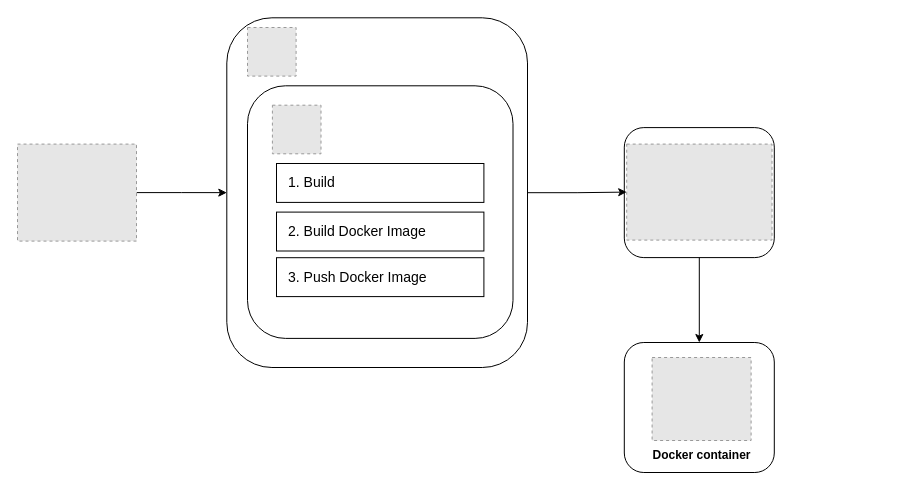
The draw.io diagram CI/CD Workflow.drawio in NurFakhiraMohdSaufi/Chat-App, before the edit. Source tidied: cells renumbered, new cells numbered last; positions are measured from the earlier drawing's top-left corner, leaving out a move shared by most shapes. Both pictures are drawn from the tidied source at 100%, with x=0, y=0 at pixel (17, 17). Pictures stored in the file or linked from it are replaced by grey dashed boxes.
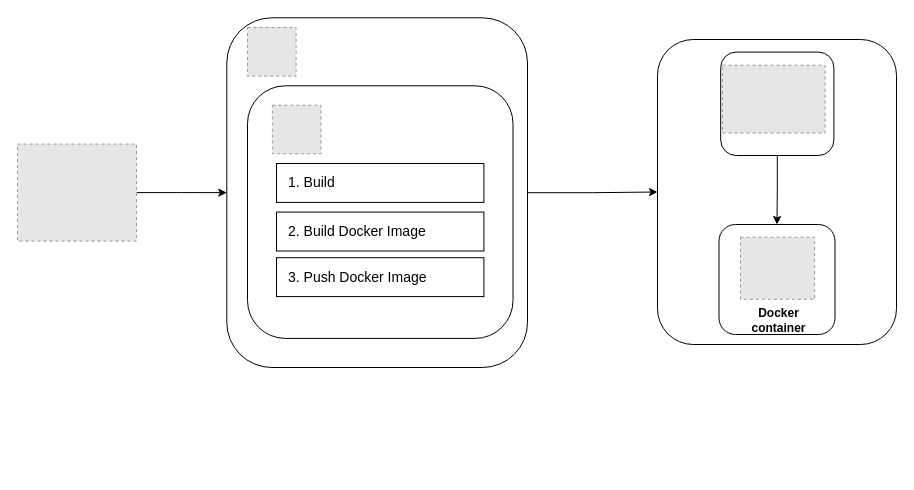
The same page after the edit.

Unchanged cells that the change refers to:
```xml
<mxCell id="11" style="rounded=1;whiteSpace=wrap;html=1;" parent="10" vertex="1">
  <mxGeometry width="300.7" height="349.7" as="geometry" />
</mxCell>
```

Change to the diagram source:
```diff
@@
-    <mxCell id="4" style="group;" parent="1" vertex="1">
-      <mxGeometry x="606.8" y="110.1" width="150" height="130" as="geometry" />
-    </mxCell>
-    <mxCell id="5" style="group;" parent="4" vertex="1">
-      <mxGeometry width="150" height="130" as="geometry" />
-    </mxCell>
-    <mxCell id="6" style="rounded=1;whiteSpace=wrap;html=1;" parent="5" vertex="1">
-      <mxGeometry width="150" height="130" as="geometry" />
-    </mxCell>
-    <mxCell id="7" style="fillColor=#E6E6E6;strokeColor=#999999;dashed=1;verticalLabelPosition=bottom;labelBackgroundColor=default;verticalAlign=top;" parent="5" vertex="1">
-      <mxGeometry x="2.4" y="16.5" width="145.3" height="96" as="geometry" />
-    </mxCell>
@@
+    <mxCell id="25" style="group;" parent="1" vertex="1">
+      <mxGeometry x="640" y="22" width="239" height="305" as="geometry" />
+    </mxCell>
+    <mxCell id="26" style="rounded=1;whiteSpace=wrap;html=1;" parent="25" vertex="1">
+      <mxGeometry width="239" height="305" as="geometry" />
+    </mxCell>
+    <mxCell id="4" style="group;" parent="25" vertex="1">
+      <mxGeometry x="63.2" y="11.6" width="113.2" height="103.4" as="geometry" />
+    </mxCell>
+    <mxCell id="5" style="group;" parent="4" vertex="1">
+      <mxGeometry y="1" width="113.2" height="103.4" as="geometry" />
+    </mxCell>
+    <mxCell id="6" style="rounded=1;whiteSpace=wrap;html=1;" parent="5" vertex="1">
+      <mxGeometry width="113.2" height="103.4" as="geometry" />
+    </mxCell>
+    <mxCell id="7" style="fillColor=#E6E6E6;strokeColor=#999999;dashed=1;verticalLabelPosition=bottom;labelBackgroundColor=default;verticalAlign=top;" parent="5" vertex="1">
+      <mxGeometry x="1.8" y="13.1" width="102.6" height="67.8" as="geometry" />
+    </mxCell>
-    <mxCell id="18" style="group;" parent="1" vertex="1">
-      <mxGeometry x="606.8" y="325" width="150" height="130" as="geometry" />
+    <mxCell id="18" style="group;" parent="25" vertex="1">
+      <mxGeometry x="61.5" y="185" width="116" height="110" as="geometry" />
     </mxCell>
     <mxCell id="19" style="rounded=1;whiteSpace=wrap;html=1;" parent="18" vertex="1">
-      <mxGeometry width="150" height="130" as="geometry" />
+      <mxGeometry width="116" height="110" as="geometry" />
     </mxCell>
     <mxCell id="20" style="group;" parent="18" vertex="1">
-      <mxGeometry x="20" y="15" width="114.5" height="113" as="geometry" />
+      <mxGeometry x="15.5" y="12.7" width="88.5" height="95.6" as="geometry" />
     </mxCell>
     <mxCell id="21" style="fillColor=#E6E6E6;strokeColor=#999999;dashed=1;verticalLabelPosition=bottom;labelBackgroundColor=#ffffff;verticalAlign=top;" parent="20" vertex="1">
-      <mxGeometry x="7.8" width="99" height="83" as="geometry" />
+      <mxGeometry x="6" width="74.1" height="62.1" as="geometry" />
     </mxCell>
     <mxCell id="22" value="&lt;b&gt;Docker container&lt;/b&gt;" style="text;html=1;align=center;verticalAlign=middle;whiteSpace=wrap;rounded=0;" parent="20" vertex="1">
-      <mxGeometry y="83" width="114.5" height="30" as="geometry" />
+      <mxGeometry y="70.2" width="88.5" height="25.4" as="geometry" />
     </mxCell>
-    <mxCell id="23" style="edgeStyle=orthogonalEdgeStyle;rounded=0;jettySize=auto;html=1;" parent="1" edge="1" source="11" target="7">
-      <mxGeometry relative="1" as="geometry" />
-    </mxCell>
-    <mxCell id="24" style="edgeStyle=orthogonalEdgeStyle;rounded=0;jettySize=auto;html=1;entryX=0.5;entryY=0;entryDx=0;entryDy=0;" parent="1" edge="1" source="6" target="19">
+    <mxCell id="24" style="edgeStyle=orthogonalEdgeStyle;rounded=0;jettySize=auto;html=1;entryX=0.5;entryY=0;entryDx=0;entryDy=0;" parent="25" edge="1" source="6" target="19">
       <mxGeometry relative="1" as="geometry" />
     </mxCell>
+    <mxCell id="27" style="edgeStyle=orthogonalEdgeStyle;rounded=0;jettySize=auto;html=1;entryX=0;entryY=0.5;entryDx=0;entryDy=0;" parent="1" edge="1" source="11" target="26">
+      <mxGeometry relative="1" as="geometry" />
+    </mxCell>
```
